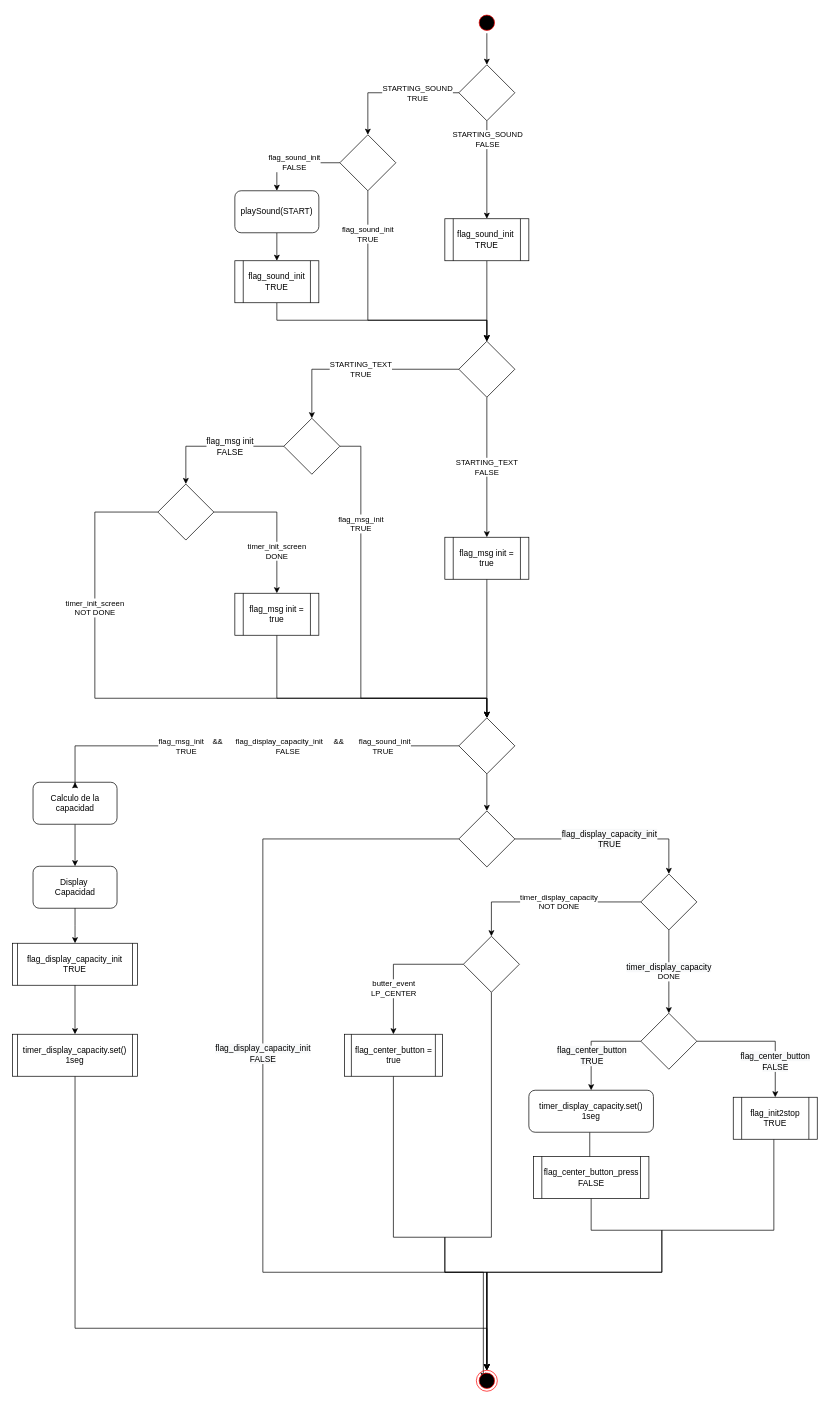
Earlier version of the draw.io diagram page "Start_Up" (3 of 11) of 01.Documentation/01.Diseño/Documentacion Software/B2/Diagramas/B2/B2.drawio (MSTKMAD/battery-pack). Source tidied: cells renumbered, new cells numbered last; positions are measured from the earlier drawing's top-left corner, leaving out a move shared by most shapes. Both pictures are drawn from the tidied source at 70%, with x=0, y=0 at pixel (13, 12).
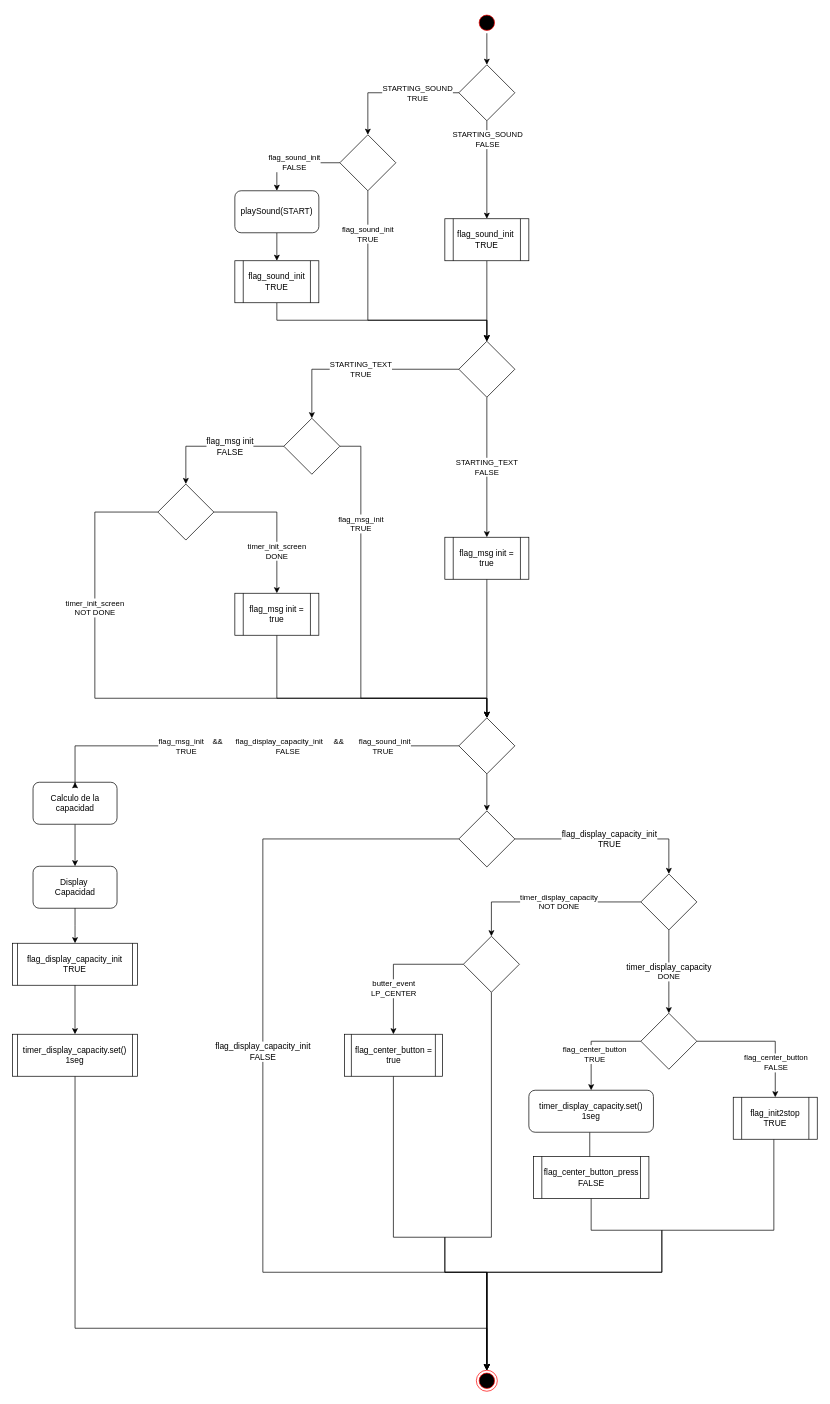
The same diagram, later.

The change refers to these unchanged cells:
```xml
<mxCell id="5" value="flag_init2stop&lt;br&gt;TRUE" style="shape=process;whiteSpace=wrap;html=1;backgroundOutline=1;" parent="1" vertex="1">
  <mxGeometry x="1029" y="1550" width="120" height="60" as="geometry" />
</mxCell>
<mxCell id="25" style="rhombus;whiteSpace=wrap;html=1;" parent="1" vertex="1">
  <mxGeometry x="637" y="1141" width="80" height="80" as="geometry" />
</mxCell>
<mxCell id="27" style="ellipse;html=1;shape=endState;fillColor=#000000;strokeColor=#ff0000;" parent="1" vertex="1">
  <mxGeometry x="662" y="1940" width="30" height="30" as="geometry" />
</mxCell>
<mxCell id="43" style="rhombus;whiteSpace=wrap;html=1;" parent="1" vertex="1">
  <mxGeometry x="897" y="1430" width="80" height="80" as="geometry" />
</mxCell>
<mxCell id="47" style="rhombus;whiteSpace=wrap;html=1;" parent="1" vertex="1">
  <mxGeometry x="643.5" y="1320" width="80" height="80" as="geometry" />
</mxCell>
<mxCell id="49" value="flag_center_button = true" style="shape=process;whiteSpace=wrap;html=1;backgroundOutline=1;size=0.07142857142857142;" parent="1" vertex="1">
  <mxGeometry x="473.5" y="1460" width="140" height="60" as="geometry" />
</mxCell>
<mxCell id="51" value="timer_display_capacity.set()&lt;br&gt;1seg" style="rounded=1;whiteSpace=wrap;html=1;" parent="1" vertex="1">
  <mxGeometry x="737" y="1540" width="178" height="60" as="geometry" />
</mxCell>
<mxCell id="66" style="rhombus;whiteSpace=wrap;html=1;" parent="1" vertex="1">
  <mxGeometry x="897" y="1231" width="80" height="80" as="geometry" />
</mxCell>
```

What changed in the source:
```diff
@@
-    <mxCell id="22" value="Display&amp;nbsp;&lt;br&gt;Capacidad" style="rounded=1;whiteSpace=wrap;html=1;fontFamily=Helvetica;fontSize=12;fontColor=#000000;align=center;strokeColor=#000000;fillColor=#ffffff;" parent="1" vertex="1">
+    <mxCell id="22" value="Display&amp;nbsp;&lt;br&gt;Capacidad" style="rounded=1;whiteSpace=wrap;html=1;fontFamily=Helvetica;fontSize=12;align=center;" parent="1" vertex="1">
       <mxGeometry x="28.7" y="1220" width="120" height="60" as="geometry" />
     </mxCell>
-    <mxCell id="23" value="&lt;font face=&quot;helvetica&quot;&gt;&lt;span style=&quot;font-size: 12px ; background-color: rgb(248 , 249 , 250)&quot;&gt;timer_display_capacity&lt;br&gt;&lt;/span&gt;&lt;/font&gt;DONE" style="edgeStyle=orthogonalEdgeStyle;rounded=0;jettySize=auto;html=1;" parent="1" edge="1" source="66" target="43">
+    <mxCell id="23" value="&lt;font face=&quot;helvetica&quot;&gt;&lt;span style=&quot;font-size: 12px;&quot;&gt;timer_display_capacity&lt;br&gt;&lt;/span&gt;&lt;/font&gt;DONE" style="edgeStyle=orthogonalEdgeStyle;rounded=0;jettySize=auto;html=1;labelBackgroundColor=default;fontColor=default;" parent="1" edge="1" source="66" target="43">
       <mxGeometry relative="1" as="geometry" />
     </mxCell>
-    <mxCell id="24" value="&lt;span style=&quot;color: rgb(0 , 0 , 0) ; font-family: &amp;#34;helvetica&amp;#34; ; font-size: 12px ; font-style: normal ; font-weight: 400 ; letter-spacing: normal ; text-align: center ; text-indent: 0px ; text-transform: none ; word-spacing: 0px ; background-color: rgb(248 , 249 , 250) ; display: inline ; float: none&quot;&gt;flag_display_capacity_init&lt;/span&gt;&lt;br style=&quot;color: rgb(0 , 0 , 0) ; font-family: &amp;#34;helvetica&amp;#34; ; font-size: 12px ; font-style: normal ; font-weight: 400 ; letter-spacing: normal ; text-align: center ; text-indent: 0px ; text-transform: none ; word-spacing: 0px ; background-color: rgb(248 , 249 , 250)&quot;&gt;&lt;font face=&quot;helvetica&quot;&gt;&lt;span style=&quot;font-size: 12px ; background-color: rgb(248 , 249 , 250)&quot;&gt;FALSE&lt;/span&gt;&lt;/font&gt;" style="edgeStyle=orthogonalEdgeStyle;rounded=0;jettySize=auto;html=1;entryX=0.333;entryY=0.4;entryDx=0;entryDy=0;entryPerimeter=0;" parent="1" edge="1" source="25" target="27">
+    <mxCell id="24" value="&lt;span style=&quot;font-family: helvetica; font-size: 12px; font-style: normal; font-weight: 400; letter-spacing: normal; text-align: center; text-indent: 0px; text-transform: none; word-spacing: 0px; display: inline; float: none;&quot;&gt;flag_display_capacity_init&lt;/span&gt;&lt;br style=&quot;font-family: helvetica; font-size: 12px; font-style: normal; font-weight: 400; letter-spacing: normal; text-align: center; text-indent: 0px; text-transform: none; word-spacing: 0px;&quot;&gt;&lt;font face=&quot;helvetica&quot;&gt;&lt;span style=&quot;font-size: 12px;&quot;&gt;FALSE&lt;/span&gt;&lt;/font&gt;" style="edgeStyle=orthogonalEdgeStyle;rounded=0;jettySize=auto;html=1;entryX=0.5;entryY=0;entryDx=0;entryDy=0;labelBackgroundColor=default;fontColor=default;" parent="1" edge="1" source="25" target="27">
       <mxGeometry x="-0.14" relative="1" as="geometry">
         <Array as="points">
           <mxPoint x="357" y="1181" />
           <mxPoint x="357" y="1800" />
-          <mxPoint x="672" y="1800" />
+          <mxPoint x="677" y="1800" />
         </Array>
       </mxGeometry>
     </mxCell>
@@
-    <mxCell id="39" style="edgeStyle=orthogonalEdgeStyle;rounded=0;jettySize=auto;html=1;" parent="1" edge="1" source="43" target="5">
+    <mxCell id="39" style="edgeStyle=orthogonalEdgeStyle;rounded=0;jettySize=auto;html=1;labelBackgroundColor=default;fontColor=default;" parent="1" edge="1" source="43" target="5">
       <mxGeometry relative="1" as="geometry" />
     </mxCell>
-    <mxCell id="40" value="&lt;span style=&quot;font-size: 12px ; background-color: rgb(248 , 249 , 250)&quot;&gt;flag_center_button&lt;br&gt;FALSE&lt;br&gt;&lt;/span&gt;" style="edgeLabel;html=1;align=center;verticalAlign=middle;" parent="39" vertex="1">
+    <mxCell id="40" value="&lt;span style=&quot;font-size: 12px ; background-color: rgb(248 , 249 , 250)&quot;&gt;&lt;br&gt;&lt;/span&gt;" style="edgeLabel;html=1;align=center;verticalAlign=middle;" parent="39" vertex="1">
       <mxGeometry x="0.16" y="-27" relative="1" as="geometry">
         <mxPoint y="1" as="offset" />
       </mxGeometry>
     </mxCell>
+    <mxCell id="68" value="&lt;div&gt;flag_center_button&lt;/div&gt;&lt;div&gt;FALSE&lt;/div&gt;" style="edgeLabel;html=1;align=center;verticalAlign=middle;" parent="39" vertex="1">
+      <mxGeometry x="0.17" y="-2" relative="1" as="geometry">
+        <mxPoint x="2" y="30" as="offset" />
+      </mxGeometry>
+    </mxCell>
-    <mxCell id="41" style="edgeStyle=orthogonalEdgeStyle;rounded=0;jettySize=auto;html=1;entryX=0.5;entryY=0;entryDx=0;entryDy=0;" parent="1" edge="1" source="43" target="51">
+    <mxCell id="41" style="edgeStyle=orthogonalEdgeStyle;rounded=0;jettySize=auto;html=1;entryX=0.5;entryY=0;entryDx=0;entryDy=0;labelBackgroundColor=default;fontColor=default;" parent="1" edge="1" source="43" target="51">
       <mxGeometry relative="1" as="geometry">
         <Array as="points">
           <mxPoint x="826" y="1470" />
         </Array>
       </mxGeometry>
     </mxCell>
-    <mxCell id="42" value="&lt;span style=&quot;font-size: 12px ; background-color: rgb(248 , 249 , 250)&quot;&gt;flag_center_button&lt;br&gt;TRUE&lt;br&gt;&lt;/span&gt;" style="edgeLabel;html=1;align=center;verticalAlign=middle;" parent="41" vertex="1">
+    <mxCell id="42" value="&lt;span style=&quot;font-size: 12px ; background-color: rgb(248 , 249 , 250)&quot;&gt;&lt;br&gt;&lt;/span&gt;" style="edgeLabel;html=1;align=center;verticalAlign=middle;" parent="41" vertex="1">
       <mxGeometry x="-0.02" y="22" relative="1" as="geometry">
         <mxPoint x="-2" y="-2" as="offset" />
       </mxGeometry>
     </mxCell>
+    <mxCell id="69" value="&lt;div&gt;flag_center_button&lt;/div&gt;&lt;div&gt;TRUE&lt;/div&gt;" style="edgeLabel;html=1;align=center;verticalAlign=middle;" parent="41" vertex="1">
+      <mxGeometry x="0.26" y="4" relative="1" as="geometry" />
+    </mxCell>
@@
-    <mxCell id="44" style="edgeStyle=orthogonalEdgeStyle;rounded=0;jettySize=auto;html=1;" parent="1" edge="1" source="47" target="49">
+    <mxCell id="44" style="edgeStyle=orthogonalEdgeStyle;rounded=0;jettySize=auto;html=1;labelBackgroundColor=default;fontColor=default;" parent="1" edge="1" source="47" target="49">
       <mxGeometry relative="1" as="geometry" />
     </mxCell>
@@
-    <mxCell id="67" value="&lt;span style=&quot;color: rgb(0 , 0 , 0) ; font-family: &amp;#34;helvetica&amp;#34; ; font-size: 12px ; font-style: normal ; font-weight: 400 ; letter-spacing: normal ; text-align: center ; text-indent: 0px ; text-transform: none ; word-spacing: 0px ; background-color: rgb(248 , 249 , 250) ; display: inline ; float: none&quot;&gt;flag_display_capacity_init&lt;/span&gt;&lt;br style=&quot;color: rgb(0 , 0 , 0) ; font-family: &amp;#34;helvetica&amp;#34; ; font-size: 12px ; font-style: normal ; font-weight: 400 ; letter-spacing: normal ; text-align: center ; text-indent: 0px ; text-transform: none ; word-spacing: 0px ; background-color: rgb(248 , 249 , 250)&quot;&gt;&lt;span style=&quot;color: rgb(0 , 0 , 0) ; font-family: &amp;#34;helvetica&amp;#34; ; font-size: 12px ; font-style: normal ; font-weight: 400 ; letter-spacing: normal ; text-align: center ; text-indent: 0px ; text-transform: none ; word-spacing: 0px ; background-color: rgb(248 , 249 , 250) ; display: inline ; float: none&quot;&gt;TRUE&lt;/span&gt;" style="edgeStyle=orthogonalEdgeStyle;rounded=0;jettySize=auto;html=1;" parent="1" edge="1" source="25" target="66">
+    <mxCell id="67" value="&lt;span&gt;&lt;span style=&quot;font-family: helvetica; font-size: 12px; font-style: normal; font-weight: 400; letter-spacing: normal; text-align: center; text-indent: 0px; text-transform: none; word-spacing: 0px; display: inline; float: none;&quot;&gt;f&lt;span&gt;lag_display_capacity_init&lt;/span&gt;&lt;/span&gt;&lt;span&gt;&lt;br style=&quot;font-family: helvetica; font-size: 12px; font-style: normal; font-weight: 400; letter-spacing: normal; text-align: center; text-indent: 0px; text-transform: none; word-spacing: 0px;&quot;&gt;&lt;span style=&quot;font-family: helvetica; font-size: 12px; font-style: normal; font-weight: 400; letter-spacing: normal; text-align: center; text-indent: 0px; text-transform: none; word-spacing: 0px; display: inline; float: none;&quot;&gt;TRUE&lt;/span&gt;&lt;/span&gt;&lt;/span&gt;" style="edgeStyle=orthogonalEdgeStyle;rounded=0;jettySize=auto;html=1;fontColor=default;labelBackgroundColor=default;" parent="1" edge="1" source="25" target="66">
       <mxGeometry relative="1" as="geometry" />
     </mxCell>
```
